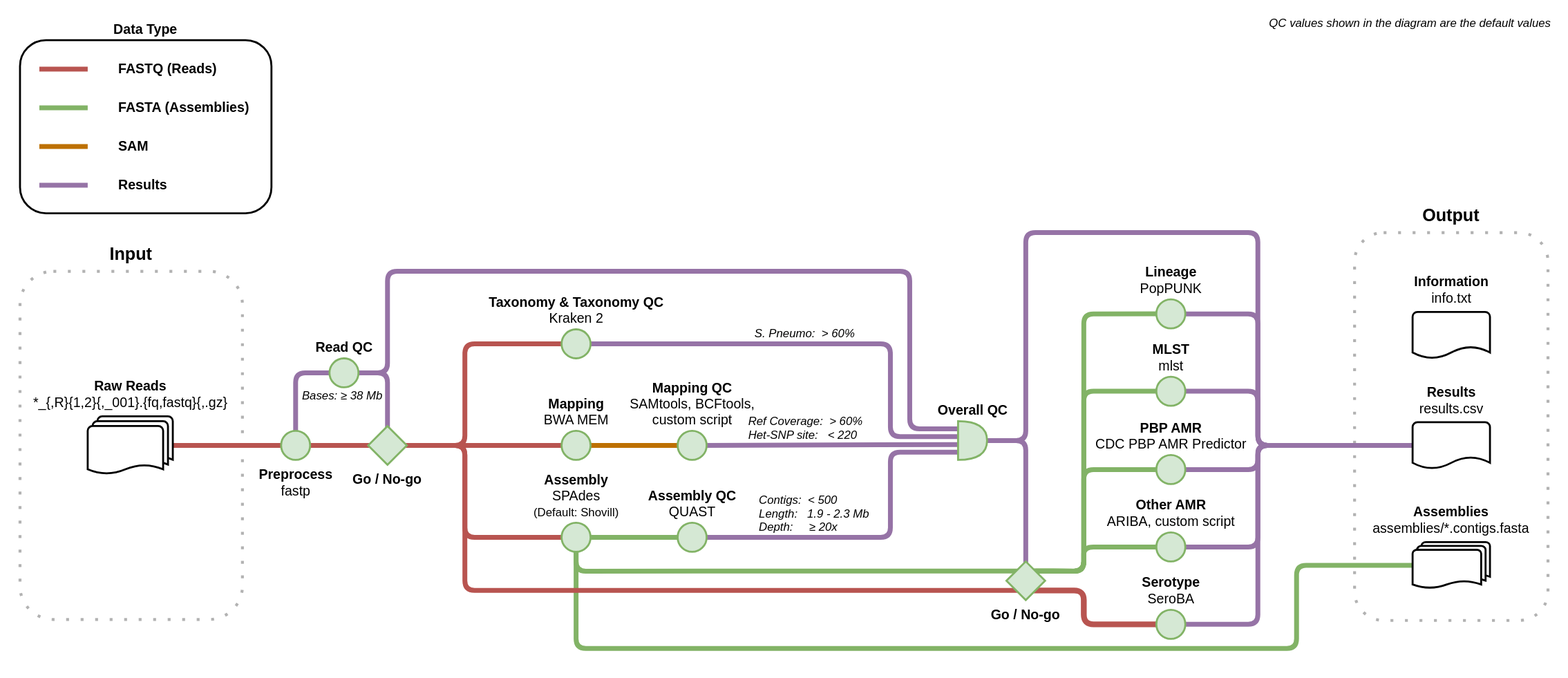
sanger-bentley-group/gps-pipeline keeps this draw.io diagram as doc/workflow.drawio.svg. Above is the earlier version. Source tidied: cells renumbered, new cells last; positions are measured from the earlier drawing's top-left corner, leaving out a move shared by most shapes.
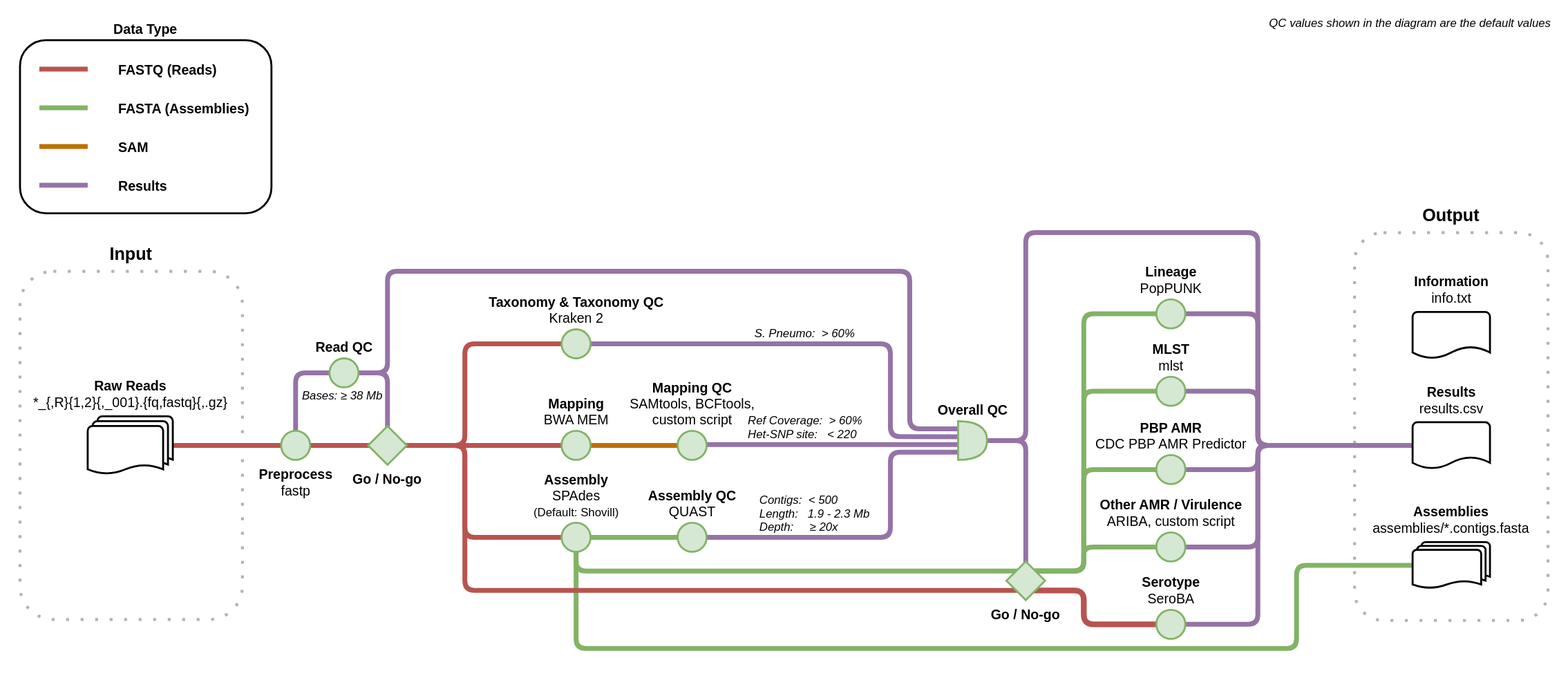
The same diagram one commit later.

Commit message:
Include Virulence in the chart

The edit, as a diff of the source:
```diff
@@ -297,7 +297,7 @@
         </Array>
       </mxGeometry>
     </mxCell>
-    <mxCell id="54" value="&lt;b&gt;Other AMR&lt;/b&gt;&lt;br&gt;ARIBA, custom script" style="ellipse;html=1;strokeWidth=2;labelPosition=center;verticalLabelPosition=top;align=center;verticalAlign=bottom;fillColor=#d5e8d4;strokeColor=#82b366;rounded=1;fontSize=14;" parent="1" vertex="1">
+    <mxCell id="54" value="&lt;b&gt;Other AMR / Virulence&lt;/b&gt;&lt;br&gt;ARIBA, custom script" style="ellipse;html=1;strokeWidth=2;labelPosition=center;verticalLabelPosition=top;align=center;verticalAlign=bottom;fillColor=#d5e8d4;strokeColor=#82b366;rounded=1;fontSize=14;" parent="1" vertex="1">
       <mxGeometry x="1195" y="550" width="30" height="30" as="geometry" />
     </mxCell>
     <mxCell id="55" value="&lt;b style=&quot;font-size: 14px&quot;&gt;Information&lt;/b&gt;&lt;br style=&quot;font-size: 14px&quot;&gt;info.txt" style="strokeWidth=2;html=1;shape=mxgraph.flowchart.document2;size=0.25;labelPosition=center;verticalLabelPosition=top;align=center;verticalAlign=bottom;rounded=1;spacing=5;fontSize=14;" parent="1" vertex="1">
```
